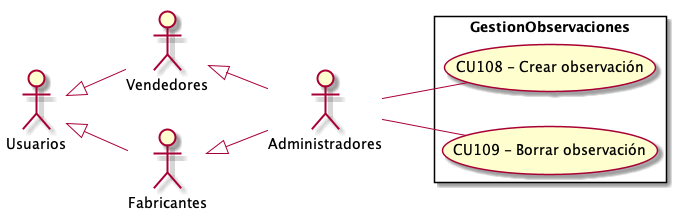
Above: Informe Final/Imagenes/ModeladoDeCasosDeUso/DiagramaDeCasosDeUso/GestionObservaciones.png in ZMGestion/DocumentacionZMGestion (PlantUML), before the change.
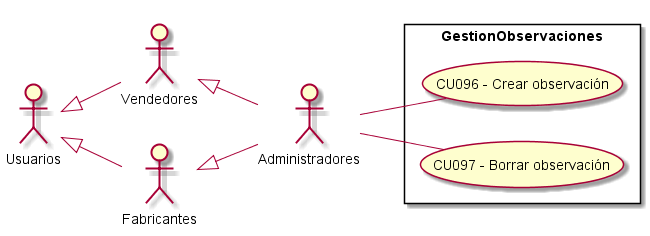
Above is the later version.

Diff of the diagram source:
```diff
@@ -13,8 +13,8 @@
  left to right direction
 
 rectangle GestionObservaciones{
-    UseCase "CU108 - Crear observación" as C
-    UseCase "CU109 - Borrar observación" as B
+    UseCase "CU096 - Crear observación" as C
+    UseCase "CU097 - Borrar observación" as B
 }
     Administradores -- C
     Administradores -- B
```
